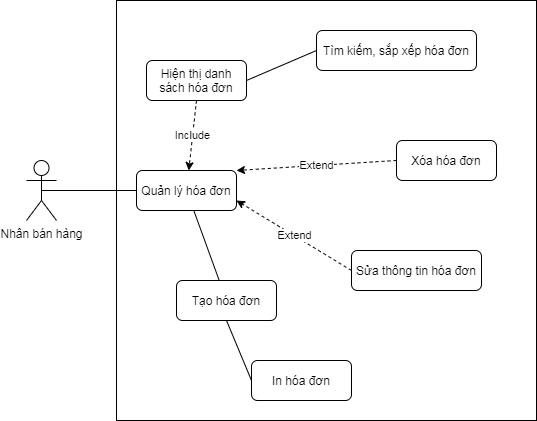
The draw.io diagram Diagram/UseCase/QL_HoaDon.png in TccKaiCi/PTTK_CuaHangGiay, before a commit. Source tidied: cells renumbered, new cells last; positions are measured from the earlier drawing's top-left corner, leaving out a move shared by most shapes. Its diagram source:
```xml
<mxGraphModel>
  <root>
    <mxCell id="0" />
    <mxCell id="1" parent="0" />
    <mxCell id="2" value="Nhân bán hàng" style="shape=umlActor;verticalLabelPosition=bottom;verticalAlign=top;html=1;outlineConnect=0;" parent="1" vertex="1">
      <mxGeometry y="160" width="30" height="60" as="geometry" />
    </mxCell>
    <mxCell id="3" style="whiteSpace=wrap;html=1;fillColor=none;" parent="1" vertex="1">
      <mxGeometry x="90" width="420" height="420" as="geometry" />
    </mxCell>
    <mxCell id="4" value="Quản lý hóa đơn" style="rounded=1;whiteSpace=wrap;html=1;fillColor=none;" parent="1" vertex="1">
      <mxGeometry x="110" y="170" width="100" height="40" as="geometry" />
    </mxCell>
    <mxCell id="5" value="Tạo hóa đơn" style="rounded=1;whiteSpace=wrap;html=1;fillColor=none;" parent="1" vertex="1">
      <mxGeometry x="150" y="280" width="100" height="40" as="geometry" />
    </mxCell>
    <mxCell id="6" value="Xóa hóa đơn" style="rounded=1;whiteSpace=wrap;html=1;fillColor=none;" parent="1" vertex="1">
      <mxGeometry x="370" y="140" width="100" height="40" as="geometry" />
    </mxCell>
    <mxCell id="7" value="Sửa thông tin hóa đơn" style="rounded=1;whiteSpace=wrap;html=1;fillColor=none;" parent="1" vertex="1">
      <mxGeometry x="325" y="250" width="130" height="40" as="geometry" />
    </mxCell>
    <mxCell id="8" value="In&amp;nbsp;hóa đơn" style="rounded=1;whiteSpace=wrap;html=1;fillColor=none;" parent="1" vertex="1">
      <mxGeometry x="225" y="360" width="100" height="40" as="geometry" />
    </mxCell>
    <mxCell id="9" value="Hiện thị danh sách hóa đơn" style="rounded=1;whiteSpace=wrap;html=1;fillColor=none;" parent="1" vertex="1">
      <mxGeometry x="120" y="60" width="100" height="40" as="geometry" />
    </mxCell>
    <mxCell id="10" style="endArrow=none;html=1;exitX=0.5;exitY=0.5;exitDx=0;exitDy=0;exitPerimeter=0;entryX=0;entryY=0.5;entryDx=0;entryDy=0;" parent="1" edge="1" source="2" target="4">
      <mxGeometry relative="1" as="geometry" />
    </mxCell>
    <mxCell id="11" value="Extend" style="endArrow=classic;html=1;dashed=1;exitX=0;exitY=0.5;exitDx=0;exitDy=0;entryX=1;entryY=0;entryDx=0;entryDy=0;" parent="1" edge="1" source="6" target="4">
      <mxGeometry relative="1" as="geometry" />
    </mxCell>
    <mxCell id="12" value="Extend" style="endArrow=classic;html=1;dashed=1;exitX=0;exitY=0.5;exitDx=0;exitDy=0;entryX=1;entryY=0.75;entryDx=0;entryDy=0;" parent="1" edge="1" source="7" target="4">
      <mxGeometry relative="1" as="geometry" />
    </mxCell>
    <mxCell id="13" style="endArrow=none;html=1;" parent="1" edge="1" source="5" target="4">
      <mxGeometry relative="1" as="geometry" />
    </mxCell>
    <mxCell id="14" value="Include" style="endArrow=classic;html=1;dashed=1;exitX=0.5;exitY=1;exitDx=0;exitDy=0;" parent="1" edge="1" source="9" target="4">
      <mxGeometry relative="1" as="geometry" />
    </mxCell>
    <mxCell id="15" style="endArrow=none;html=1;entryX=0.5;entryY=1;entryDx=0;entryDy=0;exitX=0;exitY=0.5;exitDx=0;exitDy=0;" parent="1" edge="1" source="8" target="5">
      <mxGeometry relative="1" as="geometry" />
    </mxCell>
    <mxCell id="16" value="Tìm kiếm, sắp xếp hóa đơn" style="rounded=1;whiteSpace=wrap;html=1;fillColor=none;" parent="1" vertex="1">
      <mxGeometry x="290" y="30" width="160" height="40" as="geometry" />
    </mxCell>
    <mxCell id="17" style="endArrow=none;html=1;entryX=1;entryY=0.5;entryDx=0;entryDy=0;exitX=0;exitY=0.5;exitDx=0;exitDy=0;" parent="1" edge="1" source="16" target="9">
      <mxGeometry relative="1" as="geometry" />
    </mxCell>
  </root>
</mxGraphModel>
```
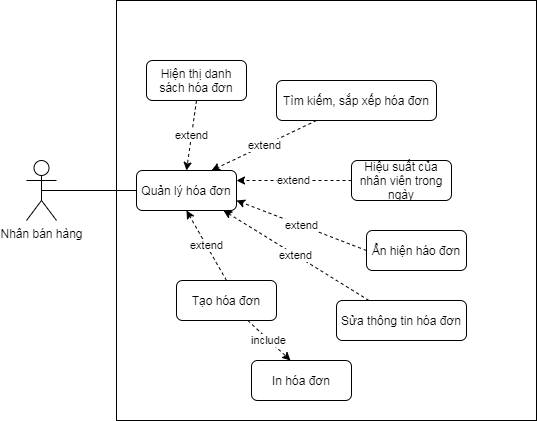
Above is the later version.

Change to the diagram source:
```diff
@@ -14,11 +14,11 @@
     <mxCell id="5" value="Tạo hóa đơn" style="rounded=1;whiteSpace=wrap;html=1;fillColor=none;" parent="1" vertex="1">
       <mxGeometry x="150" y="280" width="100" height="40" as="geometry" />
     </mxCell>
-    <mxCell id="6" value="Xóa hóa đơn" style="rounded=1;whiteSpace=wrap;html=1;fillColor=none;" parent="1" vertex="1">
-      <mxGeometry x="370" y="140" width="100" height="40" as="geometry" />
+    <mxCell id="6" value="Ẩn hiện háo đơn" style="rounded=1;whiteSpace=wrap;html=1;fillColor=none;" parent="1" vertex="1">
+      <mxGeometry x="340" y="230" width="100" height="40" as="geometry" />
     </mxCell>
     <mxCell id="7" value="Sửa thông tin hóa đơn" style="rounded=1;whiteSpace=wrap;html=1;fillColor=none;" parent="1" vertex="1">
-      <mxGeometry x="325" y="250" width="130" height="40" as="geometry" />
+      <mxGeometry x="310" y="300" width="130" height="40" as="geometry" />
     </mxCell>
     <mxCell id="8" value="In&amp;nbsp;hóa đơn" style="rounded=1;whiteSpace=wrap;html=1;fillColor=none;" parent="1" vertex="1">
       <mxGeometry x="225" y="360" width="100" height="40" as="geometry" />
@@ -29,26 +29,32 @@
     <mxCell id="10" style="endArrow=none;html=1;exitX=0.5;exitY=0.5;exitDx=0;exitDy=0;exitPerimeter=0;entryX=0;entryY=0.5;entryDx=0;entryDy=0;" parent="1" edge="1" source="2" target="4">
       <mxGeometry relative="1" as="geometry" />
     </mxCell>
+    <mxCell id="16" value="Tìm kiếm, sắp xếp hóa đơn" style="rounded=1;whiteSpace=wrap;html=1;fillColor=none;" parent="1" vertex="1">
+      <mxGeometry x="250" y="80" width="160" height="40" as="geometry" />
+    </mxCell>
+    <mxCell id="18" value="Hiệu suất của nhân viên trong ngày" style="rounded=1;whiteSpace=wrap;html=1;fillColor=none;" parent="1" vertex="1">
+      <mxGeometry x="325" y="160" width="100" height="40" as="geometry" />
+    </mxCell>
+    <mxCell id="13" value="extend" style="endArrow=classic;html=1;dashed=1;exitX=0.5;exitY=0;exitDx=0;exitDy=0;entryX=0.5;entryY=1;entryDx=0;entryDy=0;" parent="1" edge="1" source="5" target="4">
+      <mxGeometry relative="1" as="geometry" />
+    </mxCell>
+    <mxCell id="12" value="extend" style="endArrow=classic;html=1;dashed=1;exitX=0.25;exitY=0;exitDx=0;exitDy=0;entryX=0.87;entryY=1;entryDx=0;entryDy=0;entryPerimeter=0;" parent="1" edge="1" source="7" target="4">
+      <mxGeometry relative="1" as="geometry" />
+    </mxCell>
-    <mxCell id="11" value="Extend" style="endArrow=classic;html=1;dashed=1;exitX=0;exitY=0.5;exitDx=0;exitDy=0;entryX=1;entryY=0;entryDx=0;entryDy=0;" parent="1" edge="1" source="6" target="4">
+    <mxCell id="11" value="extend" style="endArrow=classic;html=1;dashed=1;exitX=0;exitY=0.5;exitDx=0;exitDy=0;entryX=1;entryY=0.75;entryDx=0;entryDy=0;" parent="1" edge="1" source="6" target="4">
       <mxGeometry relative="1" as="geometry" />
     </mxCell>
-    <mxCell id="12" value="Extend" style="endArrow=classic;html=1;dashed=1;exitX=0;exitY=0.5;exitDx=0;exitDy=0;entryX=1;entryY=0.75;entryDx=0;entryDy=0;" parent="1" edge="1" source="7" target="4">
-      <mxGeometry relative="1" as="geometry" />
-    </mxCell>
-    <mxCell id="13" style="endArrow=none;html=1;" parent="1" edge="1" source="5" target="4">
-      <mxGeometry relative="1" as="geometry" />
-    </mxCell>
+    <mxCell id="19" value="extend" style="endArrow=classic;html=1;dashed=1;exitX=0;exitY=0.5;exitDx=0;exitDy=0;entryX=1;entryY=0.25;entryDx=0;entryDy=0;" parent="1" edge="1" source="18" target="4">
+      <mxGeometry relative="1" as="geometry" />
+    </mxCell>
+    <mxCell id="20" value="extend" style="endArrow=classic;html=1;dashed=1;exitX=0.25;exitY=1;exitDx=0;exitDy=0;entryX=0.75;entryY=0;entryDx=0;entryDy=0;" parent="1" edge="1" source="16" target="4">
+      <mxGeometry relative="1" as="geometry" />
+    </mxCell>
-    <mxCell id="14" value="Include" style="endArrow=classic;html=1;dashed=1;exitX=0.5;exitY=1;exitDx=0;exitDy=0;" parent="1" edge="1" source="9" target="4">
+    <mxCell id="14" value="extend" style="endArrow=classic;html=1;dashed=1;exitX=0.5;exitY=1;exitDx=0;exitDy=0;entryX=0.5;entryY=0;entryDx=0;entryDy=0;" parent="1" edge="1" source="9" target="4">
       <mxGeometry relative="1" as="geometry" />
     </mxCell>
-    <mxCell id="15" style="endArrow=none;html=1;entryX=0.5;entryY=1;entryDx=0;entryDy=0;exitX=0;exitY=0.5;exitDx=0;exitDy=0;" parent="1" edge="1" source="8" target="5">
-      <mxGeometry relative="1" as="geometry" />
-    </mxCell>
-    <mxCell id="16" value="Tìm kiếm, sắp xếp hóa đơn" style="rounded=1;whiteSpace=wrap;html=1;fillColor=none;" parent="1" vertex="1">
-      <mxGeometry x="290" y="30" width="160" height="40" as="geometry" />
-    </mxCell>
-    <mxCell id="17" style="endArrow=none;html=1;entryX=1;entryY=0.5;entryDx=0;entryDy=0;exitX=0;exitY=0.5;exitDx=0;exitDy=0;" parent="1" edge="1" source="16" target="9">
-      <mxGeometry relative="1" as="geometry" />
-    </mxCell>
+    <mxCell id="21" value="include" style="endArrow=classic;html=1;dashed=1;entryX=0.39;entryY=0;entryDx=0;entryDy=0;entryPerimeter=0;" parent="1" edge="1" source="5" target="8">
+      <mxGeometry relative="1" as="geometry" />
+    </mxCell>
   </root>
 </mxGraphModel>
```
